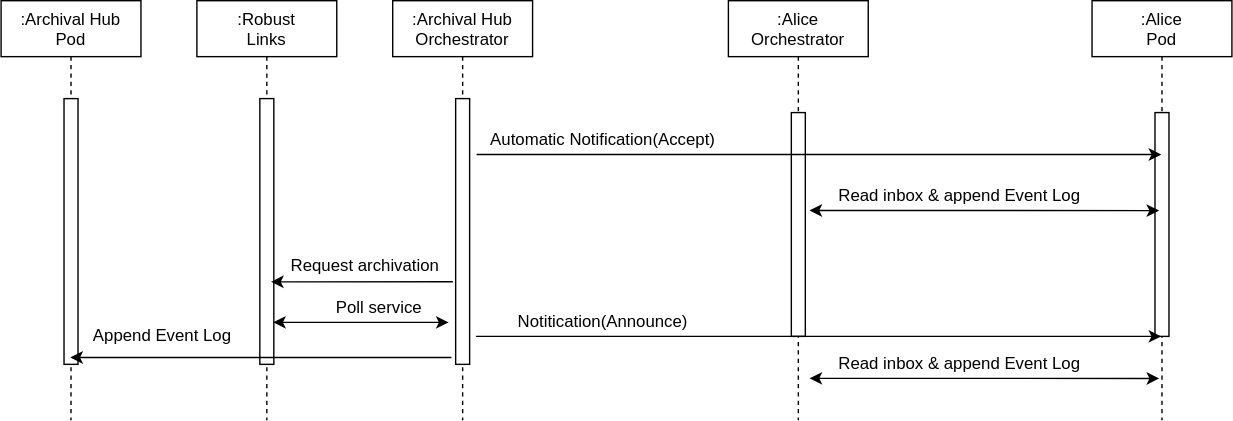
Above: images/spec-usecases_scholarly_6.svg in CRISalid-esr/spec-usecases (draw.io), before the change. Source tidied: cells renumbered, new cells last; positions are measured from the earlier drawing's top-left corner, leaving out a move shared by most shapes.
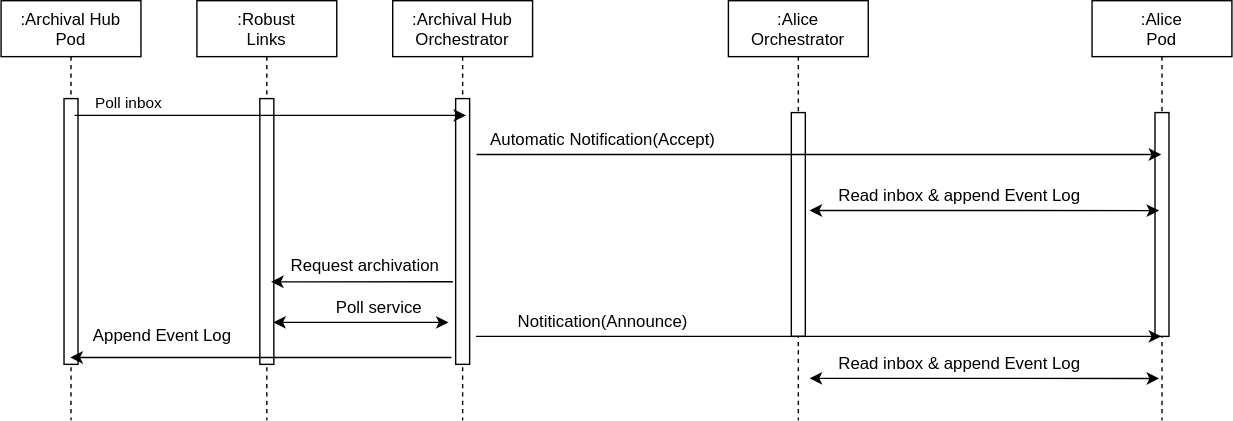
After the commit.

What changed in the source:
```diff
@@ -91,5 +91,16 @@
     <mxCell id="25" value="Append Event Log" style="text;html=1;align=center;verticalAlign=middle;strokeColor=none;fillColor=none;" parent="1" vertex="1">
       <mxGeometry x="60" y="230" width="110" height="20" as="geometry" />
     </mxCell>
+    <mxCell id="26" style="endArrow=classic;html=1;rounded=0;" parent="1" edge="1">
+      <mxGeometry relative="1" as="geometry">
+        <mxPoint x="52.5" y="82" as="sourcePoint" />
+        <mxPoint x="332.5" y="82" as="targetPoint" />
+      </mxGeometry>
+    </mxCell>
+    <mxCell id="27" value="Poll inbox" style="edgeLabel;html=1;align=center;verticalAlign=middle;" parent="26" vertex="1">
+      <mxGeometry x="-0.73" y="3" relative="1" as="geometry">
+        <mxPoint y="-7" as="offset" />
+      </mxGeometry>
+    </mxCell>
   </root>
 </mxGraphModel>
```
